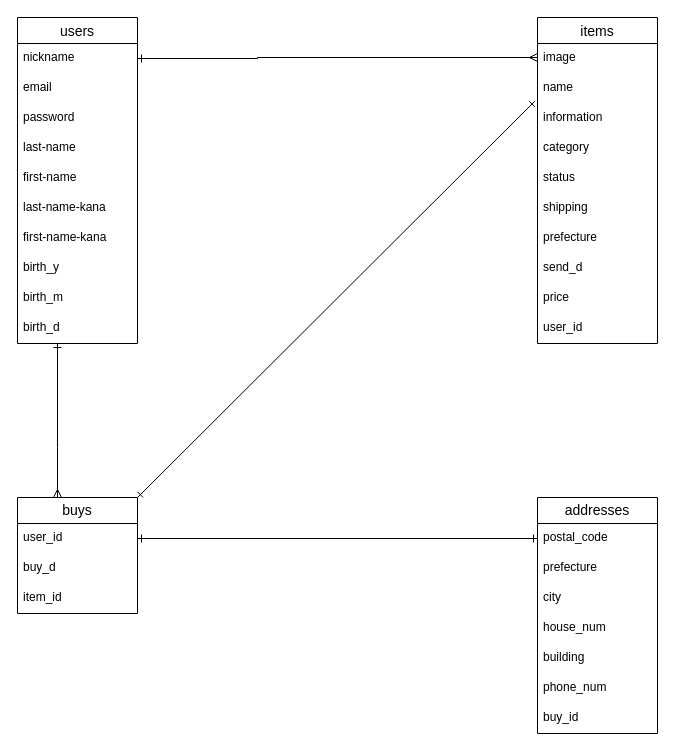
This is furima_28207.dio from f81-kawano/furima-28207, a draw.io file, before an edit. Source tidied: cells renumbered, new cells numbered last; positions are measured from the earlier drawing's top-left corner, leaving out a move shared by most shapes. Both pictures are drawn from the tidied source at 100%, with x=0, y=0 at pixel (17, 17).
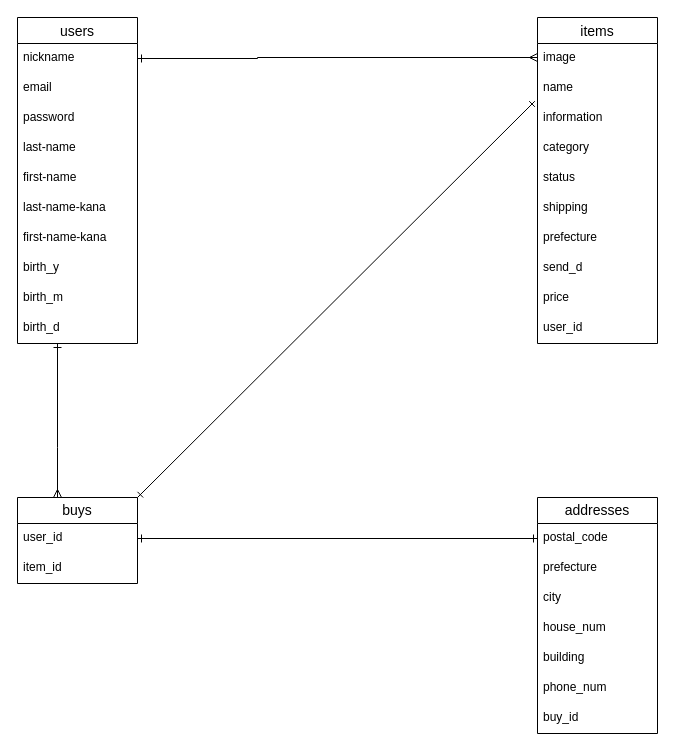
Above is the later version.

Commit message (it also covers changes not shown here):
テーブル設計　２

Diff of the diagram source:
```diff
@@
     <mxCell id="27" value="buys" style="swimlane;fontStyle=0;horizontal=1;startSize=26;align=center;fontSize=14;whiteSpace=wrap;" parent="1" vertex="1">
-      <mxGeometry y="480" width="120" height="116" as="geometry" />
+      <mxGeometry y="480" width="120" height="86" as="geometry" />
     </mxCell>
@@
-    <mxCell id="29" value="buy_d" style="text;strokeColor=none;fillColor=none;spacingLeft=4;spacingRight=4;overflow=hidden;fontSize=12;" parent="27" vertex="1">
-      <mxGeometry y="56" width="120" height="30" as="geometry" />
-    </mxCell>
     <mxCell id="30" value="item_id" style="text;strokeColor=none;fillColor=none;spacingLeft=4;spacingRight=4;overflow=hidden;fontSize=12;" parent="27" vertex="1">
-      <mxGeometry y="86" width="120" height="30" as="geometry" />
+      <mxGeometry y="56" width="120" height="30" as="geometry" />
     </mxCell>
```
